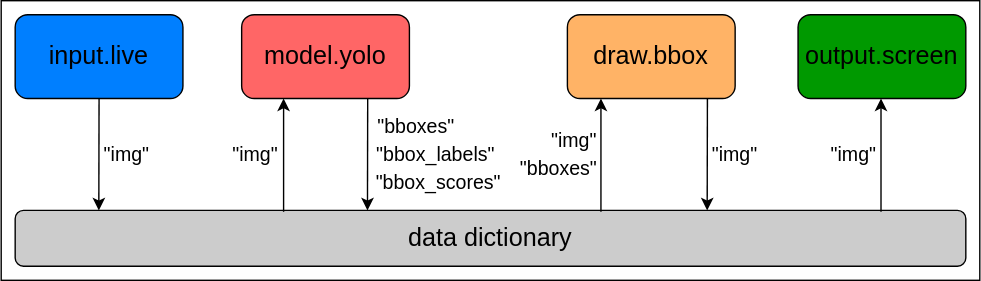
This is diagrams/yolo_demo.drawio.svg from aisingapore/PeekingDuck, a draw.io export, as it was before one commit. Source tidied: cells renumbered, new cells last; positions are measured from the earlier drawing's top-left corner, leaving out a move shared by most shapes.
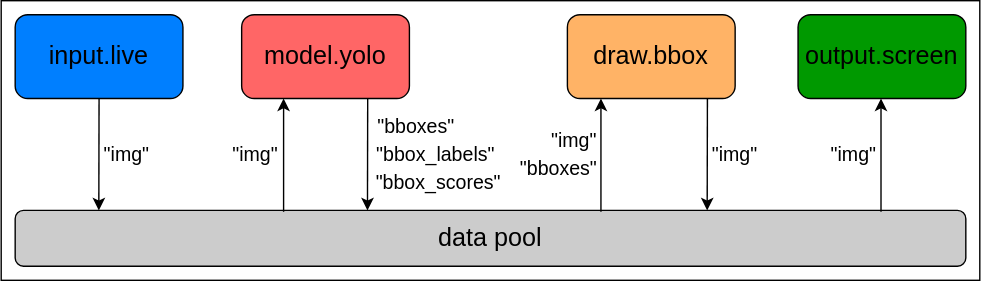
After the commit.

Commit message:
improved error msg for failed pipeline to help debugging

The edit, as a diff of the source:
```diff
@@ -14,7 +14,7 @@
     <mxCell id="5" value="&lt;font style=&quot;font-size: 18px&quot;&gt;draw.bbox&lt;/font&gt;" style="rounded=1;whiteSpace=wrap;html=1;fillColor=#ffb366;" parent="1" vertex="1">
       <mxGeometry x="405" y="10" width="120" height="60" as="geometry" />
     </mxCell>
-    <mxCell id="6" value="&lt;font style=&quot;font-size: 18px&quot;&gt;data dictionary&lt;/font&gt;" style="rounded=1;whiteSpace=wrap;html=1;fillColor=#CCCCCC;" parent="1" vertex="1">
+    <mxCell id="6" value="&lt;font style=&quot;font-size: 18px&quot;&gt;data pool&lt;/font&gt;" style="rounded=1;whiteSpace=wrap;html=1;fillColor=#CCCCCC;" parent="1" vertex="1">
       <mxGeometry x="10" y="150" width="680" height="40" as="geometry" />
     </mxCell>
     <mxCell id="7" style="endArrow=classic;html=1;exitX=0.5;exitY=1;exitDx=0;exitDy=0;entryX=0.088;entryY=0;entryDx=0;entryDy=0;entryPerimeter=0;" parent="1" edge="1" source="3" target="6">
```
